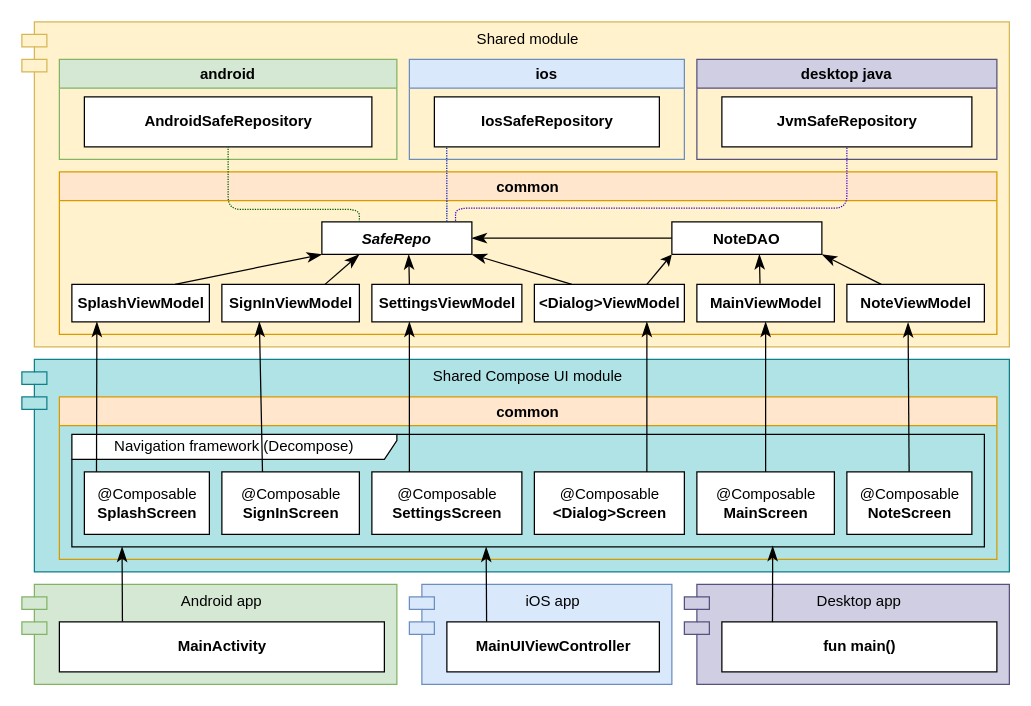
Earlier version of the draw.io diagram screenshoots/NoteDelightDiagram.drawio (softartdev/NoteDelight). Source tidied: cells renumbered, new cells numbered last; positions are measured from the earlier drawing's top-left corner, leaving out a move shared by most shapes. Both pictures are drawn from the tidied source at 125%, with x=0, y=0 at pixel (21, 21).
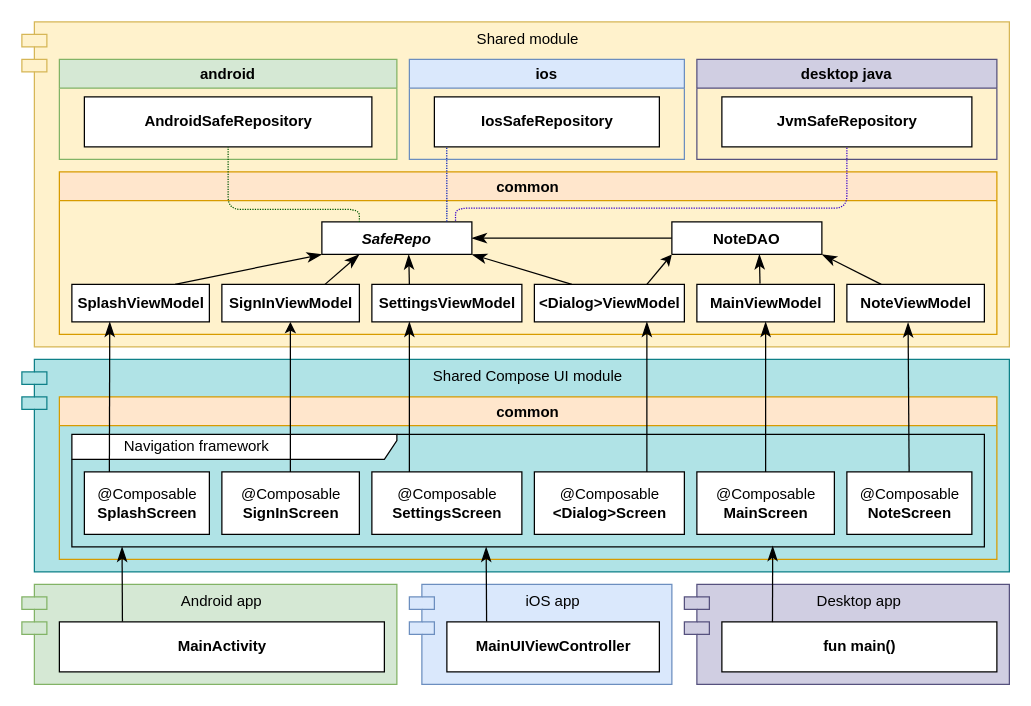
After the change.

Unchanged cells that the change refers to:
```xml
<mxCell id="21" value="common" style="swimlane;fillColor=#ffe6cc;strokeColor=#d79b00;" parent="8" vertex="1">
  <mxGeometry x="30" y="300" width="750" height="130" as="geometry" />
</mxCell>
```

Diff of the diagram source:
```diff
@@
-    <mxCell id="28" value="Navigation framework (Decompose)" style="shape=umlFrame;whiteSpace=wrap;html=1;width=260;height=20;" parent="21" vertex="1">
+    <mxCell id="28" value="&lt;blockquote style=&quot;margin: 0 0 0 40px; border: none; padding: 0px;&quot;&gt;Navigation framework&lt;/blockquote&gt;" style="shape=umlFrame;whiteSpace=wrap;html=1;width=260;height=20;align=left;" parent="21" vertex="1">
       <mxGeometry x="10" y="30" width="730" height="90" as="geometry" />
     </mxCell>
-    <mxCell id="29" style="endArrow=classicThin;endSize=9;html=1;entryX=0.25;entryY=1;entryDx=0;entryDy=0;endFill=1;" parent="21" edge="1">
-      <mxGeometry x="0.16" relative="1" as="geometry">
-        <mxPoint x="162.5" y="60" as="sourcePoint" />
-        <mxPoint x="160" y="-60" as="targetPoint" />
-      </mxGeometry>
-    </mxCell>
@@
-    <mxCell id="36" style="endArrow=classicThin;endSize=9;html=1;exitX=0.027;exitY=0.333;exitDx=0;exitDy=0;exitPerimeter=0;endFill=1;" parent="31" edge="1" source="28">
+    <mxCell id="36" style="endArrow=classicThin;endSize=9;html=1;exitX=0.027;exitY=0.333;exitDx=0;exitDy=0;exitPerimeter=0;endFill=1;" parent="31" edge="1">
       <mxGeometry x="0.17" y="3" relative="1" as="geometry">
-        <mxPoint x="60" y="240" as="targetPoint" />
+        <mxPoint x="70" y="360" as="sourcePoint" />
+        <mxPoint x="70.3" y="240" as="targetPoint" />
       </mxGeometry>
     </mxCell>
@@
+    <mxCell id="55" style="endArrow=classic;html=1;rounded=0;entryX=0.5;entryY=1;entryDx=0;entryDy=0;" parent="31" edge="1">
+      <mxGeometry relative="1" as="geometry">
+        <mxPoint x="214.8" y="360" as="sourcePoint" />
+        <mxPoint x="214.8" y="240" as="targetPoint" />
+      </mxGeometry>
+    </mxCell>
```
